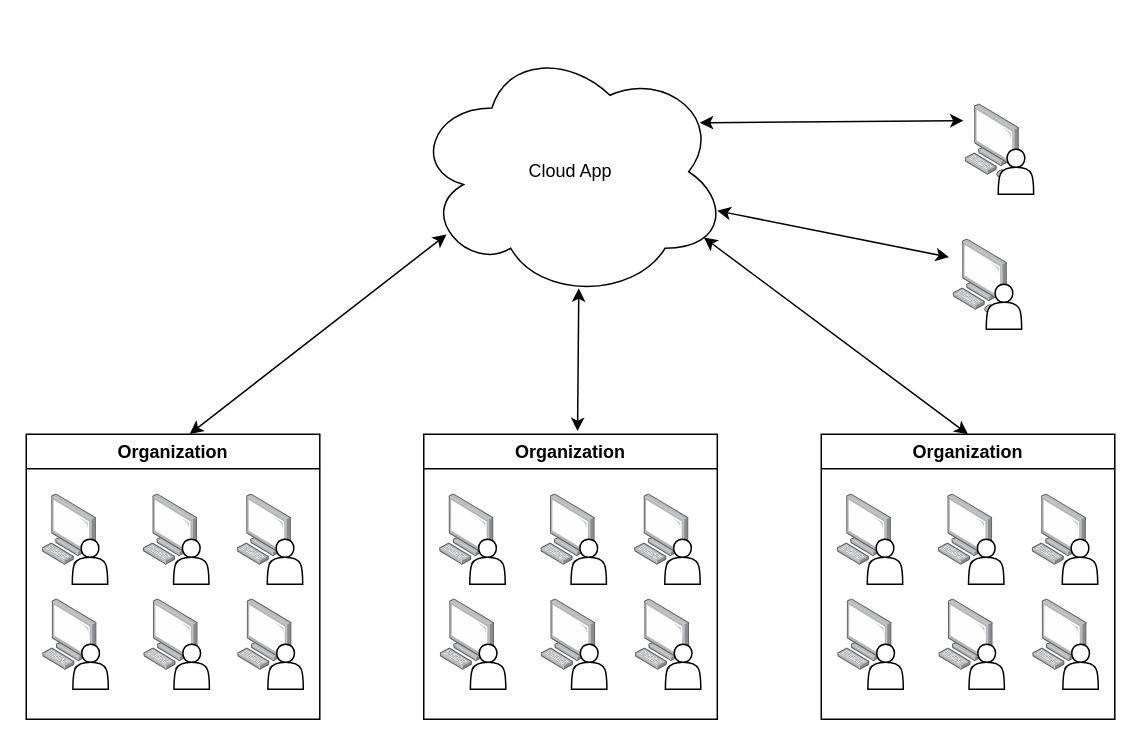
FelipeTrost/bachelorthesis keeps this draw.io diagram as figures/mt-cloud-services.drawio. Above is the earlier version. Source tidied: cells renumbered, new cells numbered last; positions are measured from the earlier drawing's top-left corner, leaving out a move shared by most shapes. Both pictures are drawn from the tidied source at 150%, with x=0, y=0 at pixel (26, 44).
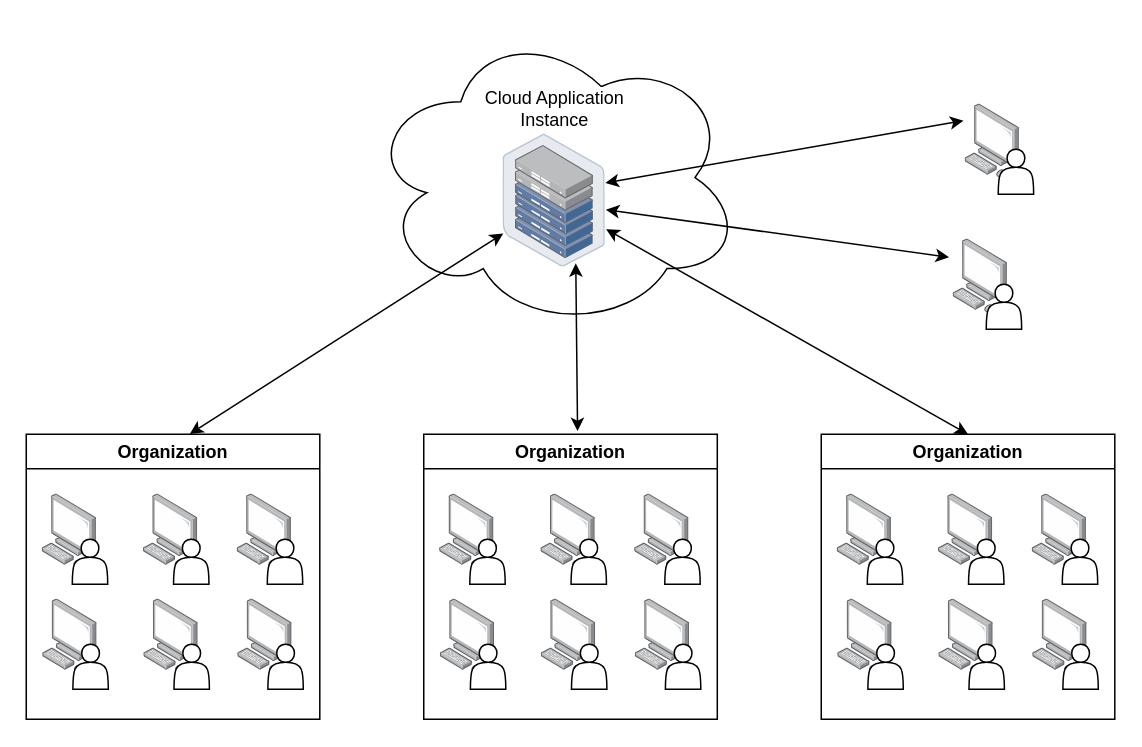
The same diagram, later.

The change refers to these unchanged cells:
```xml
<mxCell id="2" value="Organization" style="swimlane;whiteSpace=wrap;html=1;flipH=0;" parent="1" vertex="1">
  <mxGeometry y="260" width="195.7" height="190" as="geometry" />
</mxCell>
<mxCell id="16" value="Organization" style="swimlane;whiteSpace=wrap;html=1;flipH=0;" parent="1" vertex="1">
  <mxGeometry x="265" y="260" width="195.7" height="190" as="geometry" />
</mxCell>
<mxCell id="29" value="Organization" style="swimlane;whiteSpace=wrap;html=1;flipH=0;" parent="1" vertex="1">
  <mxGeometry x="530" y="260" width="195.7" height="190" as="geometry" />
</mxCell>
<mxCell id="45" style="image;points=[];html=1;align=center;shadow=0;dashed=0;image=img/lib/allied_telesis/computer_and_terminals/Personal_Computer.svg;flipH=0;" parent="1" vertex="1">
  <mxGeometry x="618" y="130" width="36.4" height="49.3" as="geometry" />
</mxCell>
<mxCell id="47" style="image;points=[];html=1;align=center;shadow=0;dashed=0;image=img/lib/allied_telesis/computer_and_terminals/Personal_Computer.svg;flipH=0;" parent="1" vertex="1">
  <mxGeometry x="626" y="40" width="36.4" height="49.3" as="geometry" />
</mxCell>
```

Change to the diagram source:
```diff
@@
-    <mxCell id="15" value="Cloud App" style="ellipse;shape=cloud;whiteSpace=wrap;html=1;" parent="1" vertex="1">
-      <mxGeometry x="257.9" width="210" height="170" as="geometry" />
+    <mxCell id="15" style="ellipse;shape=cloud;whiteSpace=wrap;html=1;" parent="1" vertex="1">
+      <mxGeometry x="227.2" y="-12.3" width="249.9" height="202.3" as="geometry" />
     </mxCell>
@@
-    <mxCell id="42" style="endArrow=classic;startArrow=classic;html=1;rounded=0;exitX=0.557;exitY=-0.001;exitDx=0;exitDy=0;exitPerimeter=0;entryX=0.106;entryY=0.746;entryDx=0;entryDy=0;entryPerimeter=0;" parent="1" edge="1" source="2" target="15">
+    <mxCell id="42" style="endArrow=classic;startArrow=classic;html=1;rounded=0;exitX=0.557;exitY=-0.001;exitDx=0;exitDy=0;exitPerimeter=0;" parent="1" edge="1" source="2" target="51">
       <mxGeometry relative="1" as="geometry" />
     </mxCell>
-    <mxCell id="43" style="endArrow=classic;startArrow=classic;html=1;rounded=0;exitX=0.524;exitY=-0.011;exitDx=0;exitDy=0;exitPerimeter=0;entryX=0.526;entryY=0.957;entryDx=0;entryDy=0;entryPerimeter=0;" parent="1" edge="1" source="16" target="15">
-      <mxGeometry relative="1" as="geometry" />
-    </mxCell>
-    <mxCell id="44" style="endArrow=classic;startArrow=classic;html=1;rounded=0;exitX=0.5;exitY=0;exitDx=0;exitDy=0;entryX=0.923;entryY=0.758;entryDx=0;entryDy=0;entryPerimeter=0;" parent="1" edge="1" source="29" target="15">
+    <mxCell id="44" style="endArrow=classic;startArrow=classic;html=1;rounded=0;exitX=0.5;exitY=0;exitDx=0;exitDy=0;entryX=1.006;entryY=0.714;entryDx=0;entryDy=0;entryPerimeter=0;" parent="1" edge="1" source="29" target="51">
       <mxGeometry relative="1" as="geometry" />
     </mxCell>
@@
-    <mxCell id="49" style="endArrow=classic;startArrow=classic;html=1;rounded=0;exitX=0.91;exitY=0.308;exitDx=0;exitDy=0;exitPerimeter=0;entryX=-0.031;entryY=0.222;entryDx=0;entryDy=0;entryPerimeter=0;" parent="1" edge="1" source="15" target="47">
+    <mxCell id="49" style="endArrow=classic;startArrow=classic;html=1;rounded=0;entryX=-0.031;entryY=0.222;entryDx=0;entryDy=0;entryPerimeter=0;exitX=0.999;exitY=0.366;exitDx=0;exitDy=0;exitPerimeter=0;" parent="1" edge="1" source="51" target="47">
       <mxGeometry relative="1" as="geometry" />
     </mxCell>
-    <mxCell id="50" style="endArrow=classic;startArrow=classic;html=1;rounded=0;exitX=0.91;exitY=0.308;exitDx=0;exitDy=0;exitPerimeter=0;entryX=-0.077;entryY=0.243;entryDx=0;entryDy=0;entryPerimeter=0;" parent="1" edge="1" target="45">
-      <mxGeometry relative="1" as="geometry">
-        <mxPoint x="460.7" y="111" as="sourcePoint" />
-      </mxGeometry>
+    <mxCell id="50" style="endArrow=classic;startArrow=classic;html=1;rounded=0;entryX=-0.077;entryY=0.243;entryDx=0;entryDy=0;entryPerimeter=0;exitX=1.003;exitY=0.568;exitDx=0;exitDy=0;exitPerimeter=0;" parent="1" edge="1" source="51" target="45">
+      <mxGeometry relative="1" as="geometry" />
     </mxCell>
+    <mxCell id="51" value="Cloud Application&lt;br&gt;Instance" style="image;points=[];html=1;align=center;shadow=0;dashed=0;image=img/lib/allied_telesis/storage/Datacenter_Server_Half_Rack_ToR.svg;horizontal=1;verticalAlign=bottom;labelPosition=center;verticalLabelPosition=top;" parent="1" vertex="1">
+      <mxGeometry x="318" y="60" width="68.2" height="88.6" as="geometry" />
+    </mxCell>
+    <mxCell id="43" style="endArrow=classic;startArrow=classic;html=1;rounded=0;exitX=0.524;exitY=-0.011;exitDx=0;exitDy=0;exitPerimeter=0;entryX=0.709;entryY=0.971;entryDx=0;entryDy=0;entryPerimeter=0;" parent="1" edge="1" source="16" target="51">
+      <mxGeometry relative="1" as="geometry" />
+    </mxCell>
```
